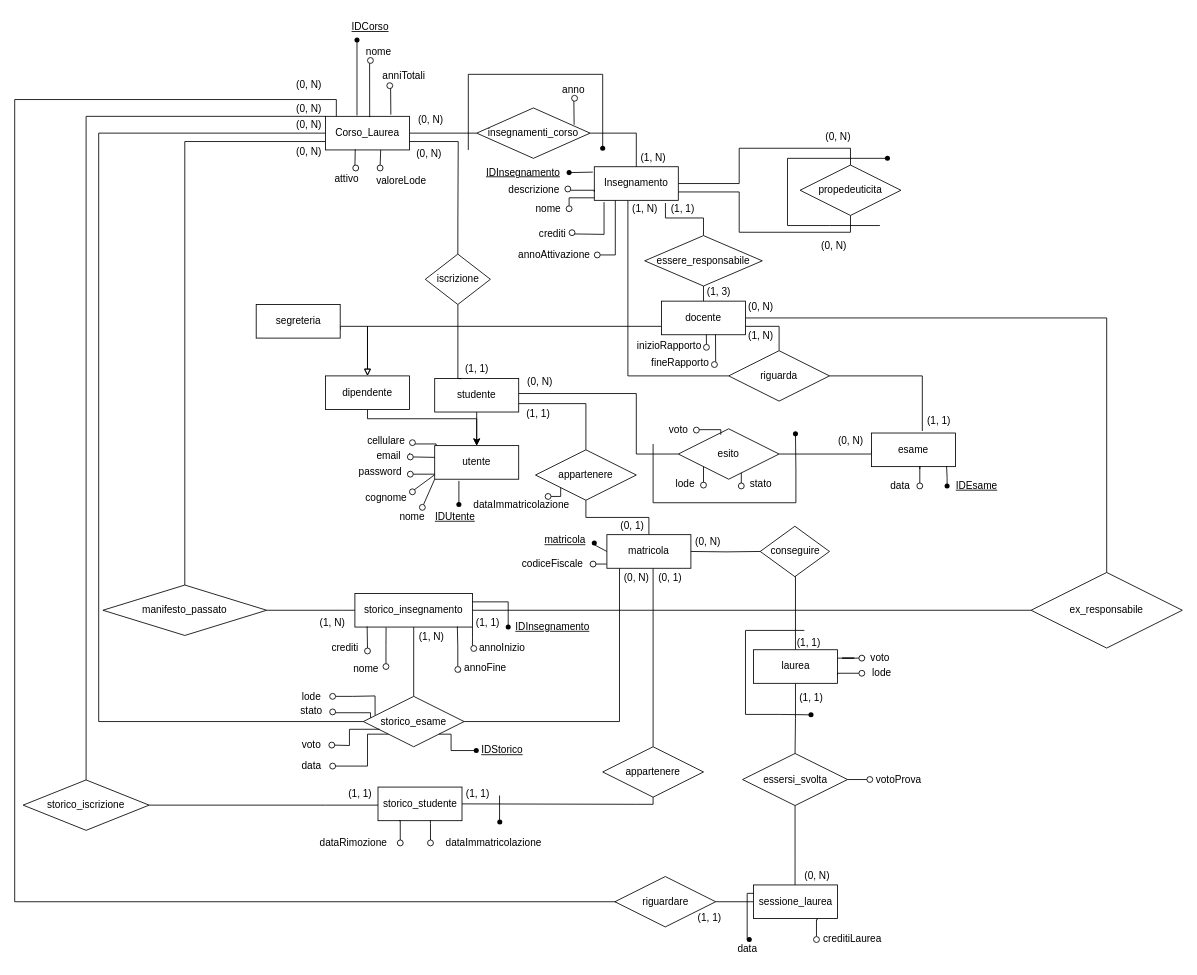
Above: page "ER" (1 of 3) of uni.drawio in michelebolis/UniversityExamSystem (draw.io), before the change. Source tidied: cells renumbered, new cells numbered last; positions are measured from the earlier drawing's top-left corner, leaving out a move shared by most shapes. Both pictures are drawn from the tidied source at 84%, with x=0, y=0 at pixel (14, 14).
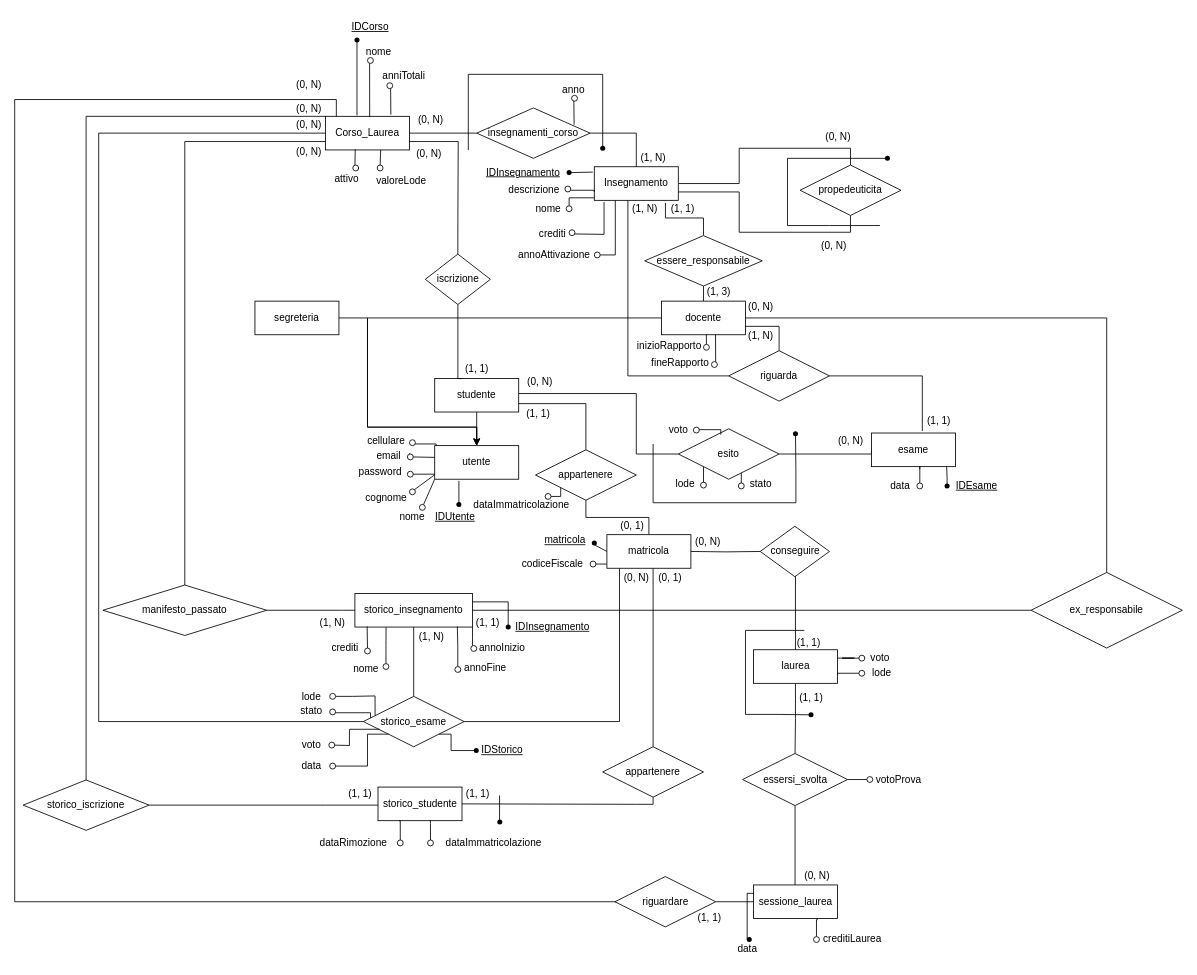
Above is the later version.

Unchanged cells that the change refers to:
```xml
<mxCell id="2" value="utente" style="whiteSpace=wrap;html=1;align=center;" parent="1" vertex="1">
  <mxGeometry x="500" y="513" width="100" height="40" as="geometry" />
</mxCell>
<mxCell id="10" value="docente" style="whiteSpace=wrap;html=1;align=center;" parent="1" vertex="1">
  <mxGeometry x="770" y="341" width="100" height="40" as="geometry" />
</mxCell>
```

What changed in the source:
```diff
@@
-    <mxCell id="6" style="edgeStyle=orthogonalEdgeStyle;rounded=0;jettySize=auto;html=1;entryX=0.5;entryY=0;entryDx=0;entryDy=0;endArrow=block;endFill=0;" parent="1" edge="1" source="10" target="61">
-      <mxGeometry relative="1" as="geometry">
-        <Array as="points">
-          <mxPoint x="420" y="371" />
-        </Array>
-      </mxGeometry>
-    </mxCell>
@@
+    <mxCell id="259" style="edgeStyle=orthogonalEdgeStyle;rounded=0;jettySize=auto;html=1;" parent="1" edge="1" source="10" target="2">
+      <mxGeometry relative="1" as="geometry">
+        <Array as="points">
+          <mxPoint x="420" y="361" />
+          <mxPoint x="420" y="491" />
+          <mxPoint x="550" y="491" />
+        </Array>
+      </mxGeometry>
+    </mxCell>
@@
-    <mxCell id="11" style="edgeStyle=orthogonalEdgeStyle;rounded=0;jettySize=auto;html=1;entryX=0.5;entryY=0;entryDx=0;entryDy=0;exitX=1;exitY=0.75;exitDx=0;exitDy=0;endArrow=block;endFill=0;" parent="1" edge="1" source="12" target="61">
-      <mxGeometry relative="1" as="geometry">
-        <Array as="points">
-          <mxPoint x="387" y="371" />
-          <mxPoint x="420" y="371" />
-        </Array>
-      </mxGeometry>
-    </mxCell>
+    <mxCell id="260" style="edgeStyle=orthogonalEdgeStyle;rounded=0;jettySize=auto;html=1;entryX=0.5;entryY=0;entryDx=0;entryDy=0;" parent="1" edge="1" source="12" target="2">
+      <mxGeometry relative="1" as="geometry">
+        <Array as="points">
+          <mxPoint x="420" y="361" />
+          <mxPoint x="420" y="491" />
+          <mxPoint x="550" y="491" />
+        </Array>
+      </mxGeometry>
+    </mxCell>
     <mxCell id="12" value="segreteria" style="whiteSpace=wrap;html=1;align=center;" parent="1" vertex="1">
-      <mxGeometry x="287.5" y="345" width="100" height="40" as="geometry" />
+      <mxGeometry x="286" y="341" width="100" height="40" as="geometry" />
     </mxCell>
@@
-    <mxCell id="60" style="edgeStyle=orthogonalEdgeStyle;rounded=0;jettySize=auto;html=1;exitX=0.5;exitY=1;exitDx=0;exitDy=0;" parent="1" edge="1" source="61" target="2">
-      <mxGeometry relative="1" as="geometry">
-        <Array as="points">
-          <mxPoint x="420" y="481" />
-          <mxPoint x="550" y="481" />
-        </Array>
-      </mxGeometry>
-    </mxCell>
-    <mxCell id="61" value="dipendente" style="whiteSpace=wrap;html=1;align=center;" parent="1" vertex="1">
-      <mxGeometry x="370" y="430" width="100" height="40" as="geometry" />
-    </mxCell>
```
